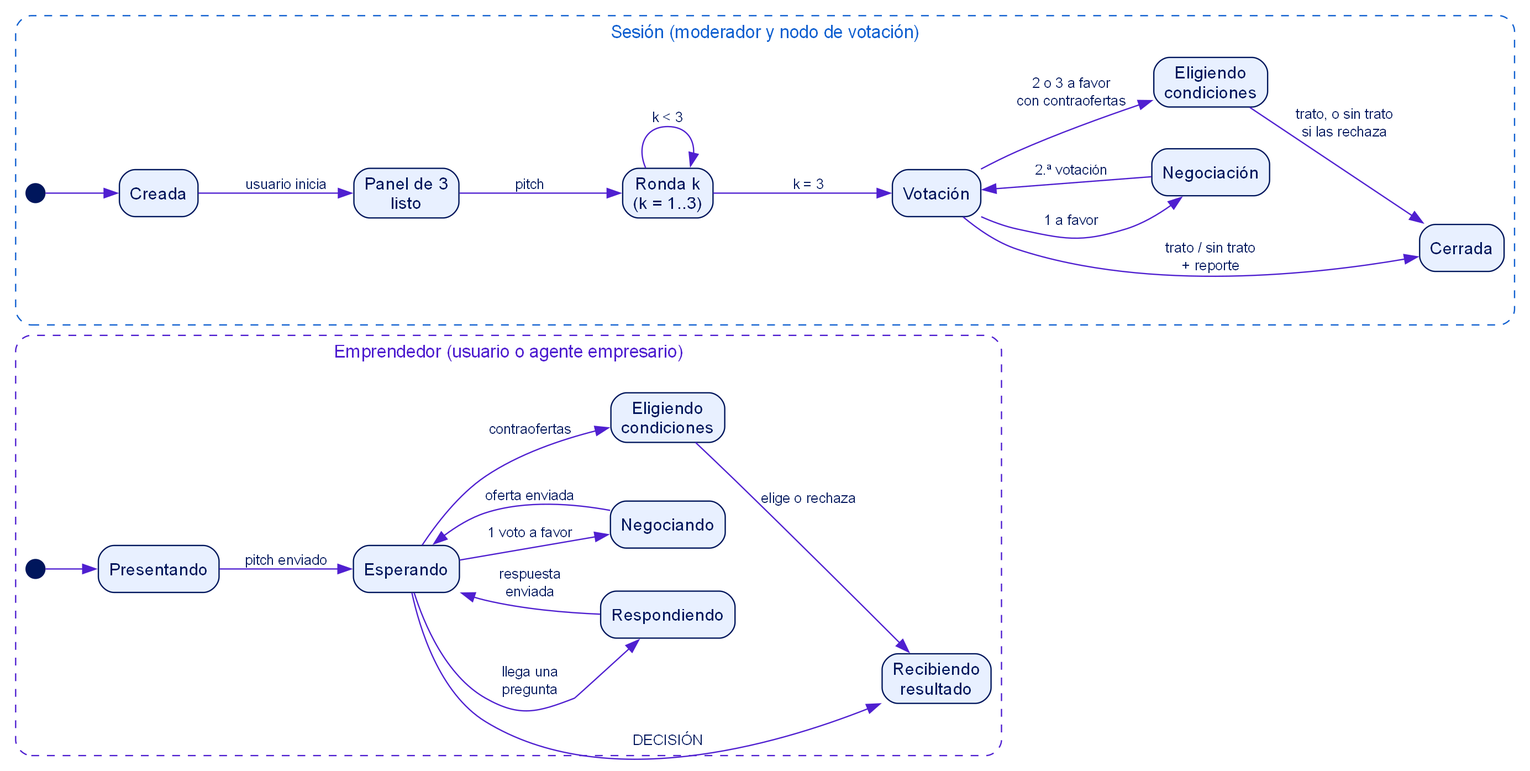
This is docs/figuras/f08_estados_emprendedor_sesion.png from albertolopezb/NeuralHub, a Graphviz export, as it was before one commit. Its source is kept beside it as docs/figuras/f08_estados_emprendedor_sesion.dot.
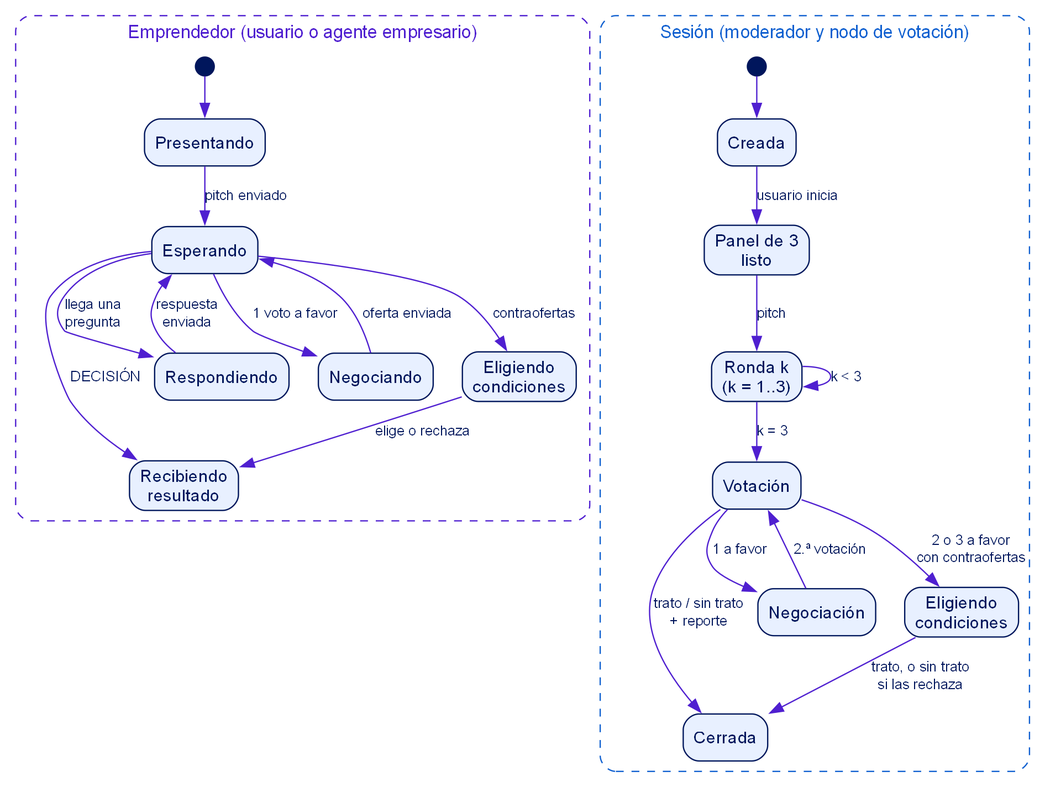
The same diagram one commit later.

Diff of the diagram source:
```diff
@@ -1,4 +1,4 @@
-digraph G{ bgcolor=white; fontname="Helvetica"; node[fontname="Helvetica",fontsize=13,color="#00165C",fontcolor="#00165C",style="rounded,filled",fillcolor="#E8F0FF",shape=box]; edge[fontname="Helvetica",fontsize=11,color="#4F1FD0",fontcolor="#00165C"]; rankdir=LR; nodesep=.45; ranksep=.55;
+digraph G{ bgcolor=white; fontname="Helvetica"; node[fontname="Helvetica",fontsize=13,color="#00165C",fontcolor="#00165C",style="rounded,filled",fillcolor="#E8F0FF",shape=box]; edge[fontname="Helvetica",fontsize=11,color="#4F1FD0",fontcolor="#00165C"]; rankdir=TB; nodesep=.3; ranksep=.45;
 subgraph cluster_e{label="Emprendedor (usuario o agente empresario)";fontcolor="#4F1FD0";color="#4F1FD0";style="rounded,dashed";fontname="Helvetica";
  e0[shape=circle,label="",width=.2,fillcolor="#00165C"]; Pres[label="Presentando"]; EspE[label="Esperando"]; Resp[label="Respondiendo"]; Neg[label="Negociando"]; Rec[label="Recibiendo\nresultado"];
  e0->Pres; Pres->EspE[label="pitch enviado"]; EspE->Resp[label="llega una\npregunta"]; Resp->EspE[label="respuesta\nenviada"]; EspE->Neg[label="1 voto a favor"]; Elig[label="Eligiendo\ncondiciones"]; EspE->Elig[label="contraofertas"]; Elig->Rec[label="elige o rechaza"]; Neg->EspE[label="oferta enviada"]; EspE->Rec[label="DECISIÓN"];}
```
